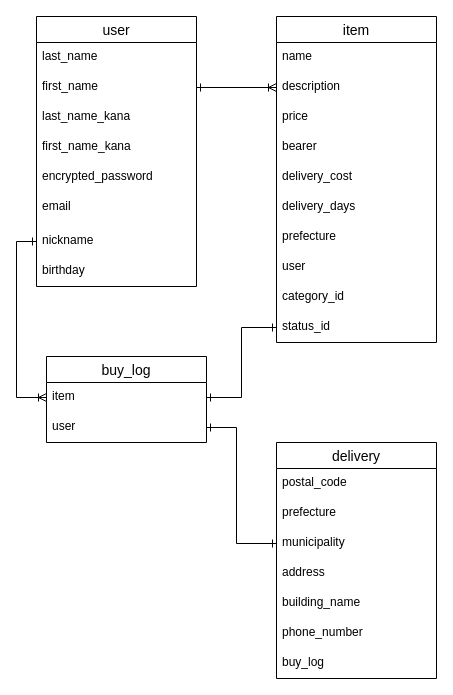
The draw.io diagram file.dio in Gasai-005/furima-35555, before the edit. Source tidied: cells renumbered, new cells numbered last; positions are measured from the earlier drawing's top-left corner, leaving out a move shared by most shapes. Both pictures are drawn from the tidied source at 100%, with x=0, y=0 at pixel (36, 16).
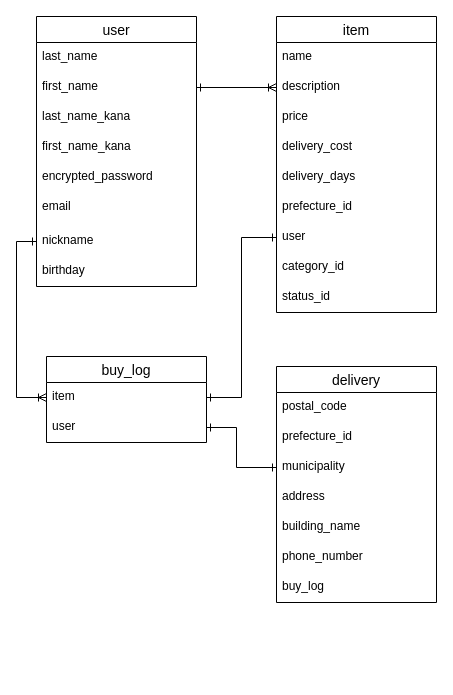
The same diagram, later.

Commit message (it also covers changes not shown here):
DB設計の修正４

The change refers to these unchanged cells:
```xml
<mxCell id="23" value="item" style="text;strokeColor=none;fillColor=none;spacingLeft=4;spacingRight=4;overflow=hidden;points=[[0,0.5],[1,0.5]];portConstraint=eastwest;fontSize=12;" parent="22" vertex="1">
  <mxGeometry y="26" width="160" height="30" as="geometry" />
</mxCell>
<mxCell id="24" value="user" style="text;strokeColor=none;fillColor=none;spacingLeft=4;spacingRight=4;overflow=hidden;points=[[0,0.5],[1,0.5]];portConstraint=eastwest;fontSize=12;" parent="22" vertex="1">
  <mxGeometry y="56" width="160" height="30" as="geometry" />
</mxCell>
<mxCell id="28" value="municipality" style="text;strokeColor=none;fillColor=none;spacingLeft=4;spacingRight=4;overflow=hidden;points=[[0,0.5],[1,0.5]];portConstraint=eastwest;fontSize=12;" parent="25" vertex="1">
  <mxGeometry y="86" width="160" height="30" as="geometry" />
</mxCell>
```

Diff of the diagram source:
```diff
@@
     <mxCell id="11" value="item" style="swimlane;fontStyle=0;horizontal=1;startSize=26;align=center;fontSize=14;" parent="1" vertex="1">
-      <mxGeometry x="240" width="160" height="326" as="geometry" />
+      <mxGeometry x="240" width="160" height="296" as="geometry" />
     </mxCell>
@@
-    <mxCell id="15" value="bearer" style="text;strokeColor=none;fillColor=none;spacingLeft=4;spacingRight=4;overflow=hidden;fontSize=12;" parent="11" vertex="1">
-      <mxGeometry y="116" width="160" height="30" as="geometry" />
-    </mxCell>
     <mxCell id="16" value="delivery_cost" style="text;strokeColor=none;fillColor=none;spacingLeft=4;spacingRight=4;overflow=hidden;fontSize=12;" parent="11" vertex="1">
-      <mxGeometry y="146" width="160" height="30" as="geometry" />
+      <mxGeometry y="116" width="160" height="30" as="geometry" />
     </mxCell>
     <mxCell id="17" value="delivery_days" style="text;strokeColor=none;fillColor=none;spacingLeft=4;spacingRight=4;overflow=hidden;fontSize=12;" parent="11" vertex="1">
-      <mxGeometry y="176" width="160" height="30" as="geometry" />
+      <mxGeometry y="146" width="160" height="30" as="geometry" />
     </mxCell>
-    <mxCell id="18" value="prefecture" style="text;strokeColor=none;fillColor=none;spacingLeft=4;spacingRight=4;overflow=hidden;fontSize=12;" parent="11" vertex="1">
-      <mxGeometry y="206" width="160" height="30" as="geometry" />
+    <mxCell id="18" value="prefecture_id" style="text;strokeColor=none;fillColor=none;spacingLeft=4;spacingRight=4;overflow=hidden;fontSize=12;" parent="11" vertex="1">
+      <mxGeometry y="176" width="160" height="30" as="geometry" />
     </mxCell>
     <mxCell id="19" value="user" style="text;strokeColor=none;fillColor=none;spacingLeft=4;spacingRight=4;overflow=hidden;points=[[0,0.5],[1,0.5]];portConstraint=eastwest;fontSize=12;" parent="11" vertex="1">
-      <mxGeometry y="236" width="160" height="30" as="geometry" />
+      <mxGeometry y="206" width="160" height="30" as="geometry" />
     </mxCell>
     <mxCell id="20" value="category_id" style="text;strokeColor=none;fillColor=none;spacingLeft=4;spacingRight=4;overflow=hidden;fontSize=12;" parent="11" vertex="1">
-      <mxGeometry y="266" width="160" height="30" as="geometry" />
+      <mxGeometry y="236" width="160" height="30" as="geometry" />
     </mxCell>
     <mxCell id="21" value="status_id" style="text;strokeColor=none;fillColor=none;spacingLeft=4;spacingRight=4;overflow=hidden;points=[[0,0.5],[1,0.5]];portConstraint=eastwest;fontSize=12;" parent="11" vertex="1">
-      <mxGeometry y="296" width="160" height="30" as="geometry" />
+      <mxGeometry y="266" width="160" height="30" as="geometry" />
     </mxCell>
@@
     <mxCell id="25" value="delivery" style="swimlane;fontStyle=0;horizontal=1;startSize=26;align=center;fontSize=14;" parent="1" vertex="1">
-      <mxGeometry x="240" y="426" width="160" height="236" as="geometry" />
+      <mxGeometry x="240" y="350" width="160" height="236" as="geometry" />
     </mxCell>
@@
-    <mxCell id="27" value="prefecture" style="text;strokeColor=none;fillColor=none;spacingLeft=4;spacingRight=4;overflow=hidden;fontSize=12;" parent="25" vertex="1">
+    <mxCell id="27" value="prefecture_id" style="text;strokeColor=none;fillColor=none;spacingLeft=4;spacingRight=4;overflow=hidden;fontSize=12;" parent="25" vertex="1">
       <mxGeometry y="56" width="160" height="30" as="geometry" />
     </mxCell>
@@
-    <mxCell id="35" style="edgeStyle=orthogonalEdgeStyle;rounded=0;jettySize=auto;html=1;entryX=1;entryY=0.5;entryDx=0;entryDy=0;startArrow=ERone;startFill=0;endArrow=ERone;endFill=0;" parent="1" edge="1" source="21" target="23">
+    <mxCell id="35" style="edgeStyle=orthogonalEdgeStyle;rounded=0;jettySize=auto;html=1;entryX=1;entryY=0.5;entryDx=0;entryDy=0;startArrow=ERone;startFill=0;endArrow=ERone;endFill=0;exitX=0;exitY=0.5;exitDx=0;exitDy=0;" parent="1" edge="1" source="19" target="23">
       <mxGeometry relative="1" as="geometry" />
     </mxCell>
     <mxCell id="36" style="edgeStyle=orthogonalEdgeStyle;rounded=0;jettySize=auto;html=1;exitX=1;exitY=0.5;exitDx=0;exitDy=0;startArrow=ERone;startFill=0;endArrow=ERone;endFill=0;entryX=0;entryY=0.5;entryDx=0;entryDy=0;" parent="1" edge="1" source="24" target="28">
       <mxGeometry relative="1" as="geometry">
         <Array as="points">
           <mxPoint x="200" y="411" />
-          <mxPoint x="200" y="527" />
+          <mxPoint x="200" y="451" />
         </Array>
       </mxGeometry>
     </mxCell>
```
